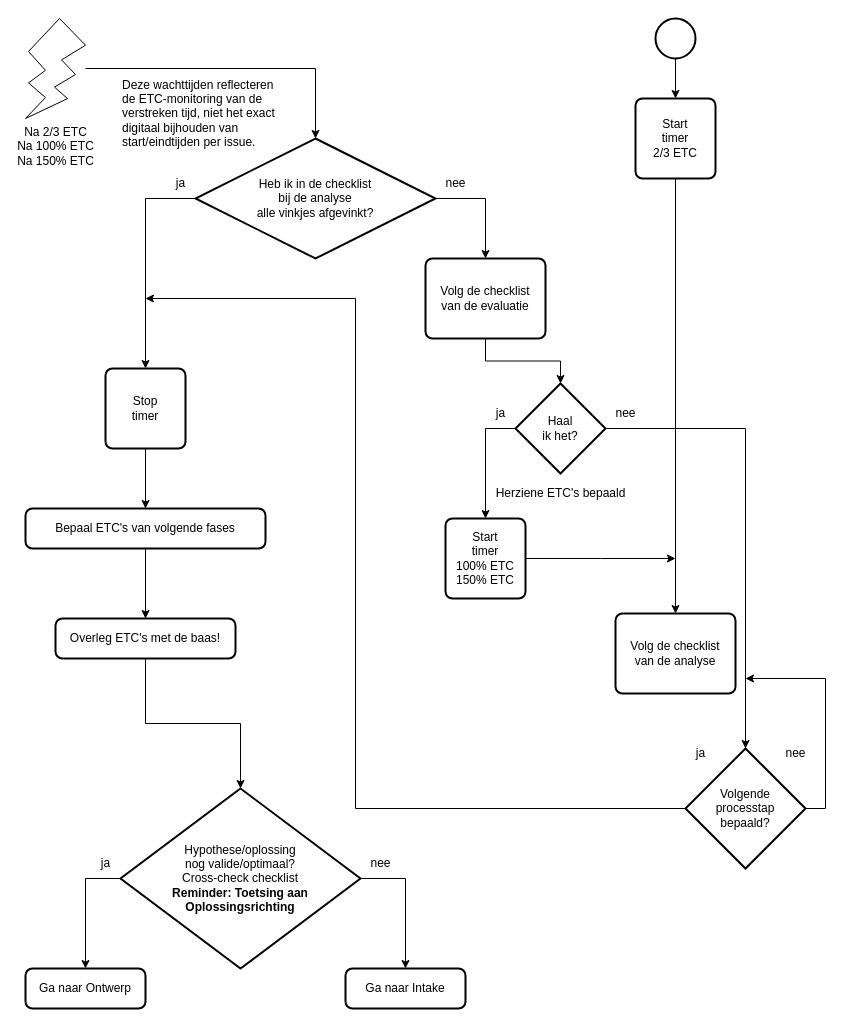
The draw.io diagram 2 Issue Tracker analyse.drawio in Zaibatsu89/IssueTracker, before the edit. Source tidied: cells renumbered, new cells numbered last; positions are measured from the earlier drawing's top-left corner, leaving out a move shared by most shapes. Both pictures are drawn from the tidied source at 100%, with x=0, y=0 at pixel (25, 18).
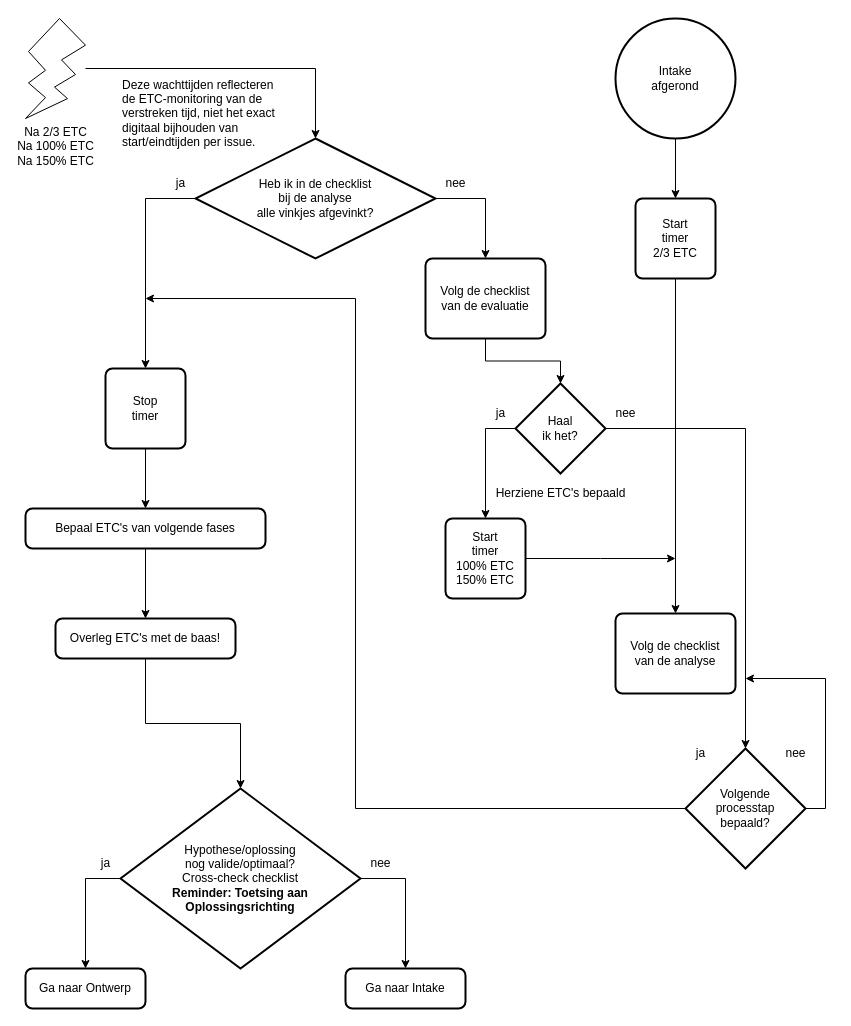
Above is the later version.

Commit message (it also covers changes not shown here):
Vervang witte bolletje door "{naam van vorige processtap} afgerond" in flowcharts

Unchanged cells that the change refers to:
```xml
<mxCell id="41" value="Volg de checklist&lt;br&gt;van de analyse" style="rounded=1;whiteSpace=wrap;html=1;absoluteArcSize=1;arcSize=14;strokeWidth=2;" parent="1" vertex="1">
  <mxGeometry x="590" y="595" width="120" height="80" as="geometry" />
</mxCell>
```

The edit, as a diff of the source:
```diff
@@
-    <mxCell id="3" style="strokeWidth=2;html=1;shape=mxgraph.flowchart.start_2;whiteSpace=wrap;" parent="1" vertex="1">
-      <mxGeometry x="630" width="40" height="40" as="geometry" />
+    <mxCell id="3" value="Intake&lt;br&gt;afgerond" style="strokeWidth=2;html=1;shape=mxgraph.flowchart.start_2;whiteSpace=wrap;" parent="1" vertex="1">
+      <mxGeometry x="590" width="120" height="120" as="geometry" />
     </mxCell>
@@
+    <mxCell id="40" style="edgeStyle=orthogonalEdgeStyle;rounded=0;jettySize=auto;html=1;exitX=0.5;exitY=1;exitDx=0;exitDy=0;entryX=0.5;entryY=0;entryDx=0;entryDy=0;" parent="1" edge="1" source="24" target="41">
+      <mxGeometry relative="1" as="geometry" />
+    </mxCell>
     <mxCell id="24" value="Start&lt;br&gt;timer&lt;br&gt;2/3 ETC" style="rounded=1;whiteSpace=wrap;html=1;absoluteArcSize=1;arcSize=14;strokeWidth=2;" parent="1" vertex="1">
-      <mxGeometry x="610" y="80" width="80" height="80" as="geometry" />
+      <mxGeometry x="610" y="180" width="80" height="80" as="geometry" />
     </mxCell>
@@
-    <mxCell id="40" style="edgeStyle=orthogonalEdgeStyle;rounded=0;jettySize=auto;html=1;" parent="1" edge="1" source="24" target="41">
-      <mxGeometry relative="1" as="geometry" />
-    </mxCell>
```
